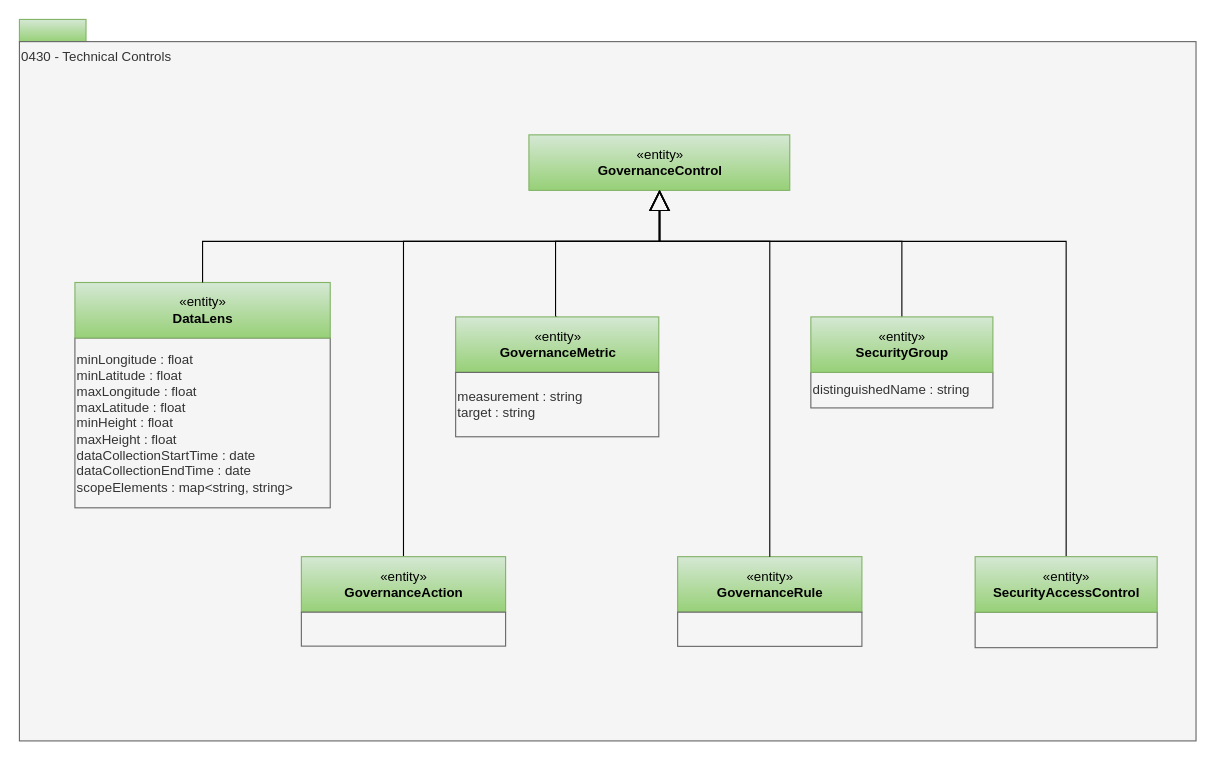
The draw.io diagram page "0430-Technical-Controls" (11 of 30) of site/docs/types/4/area-4-governance.drawio in odpi/egeria-docs, before the edit. Source tidied: cells renumbered, new cells numbered last; positions are measured from the earlier drawing's top-left corner, leaving out a move shared by most shapes. Both pictures are drawn from the tidied source at 111%, with x=0, y=0 at pixel (19, 19).
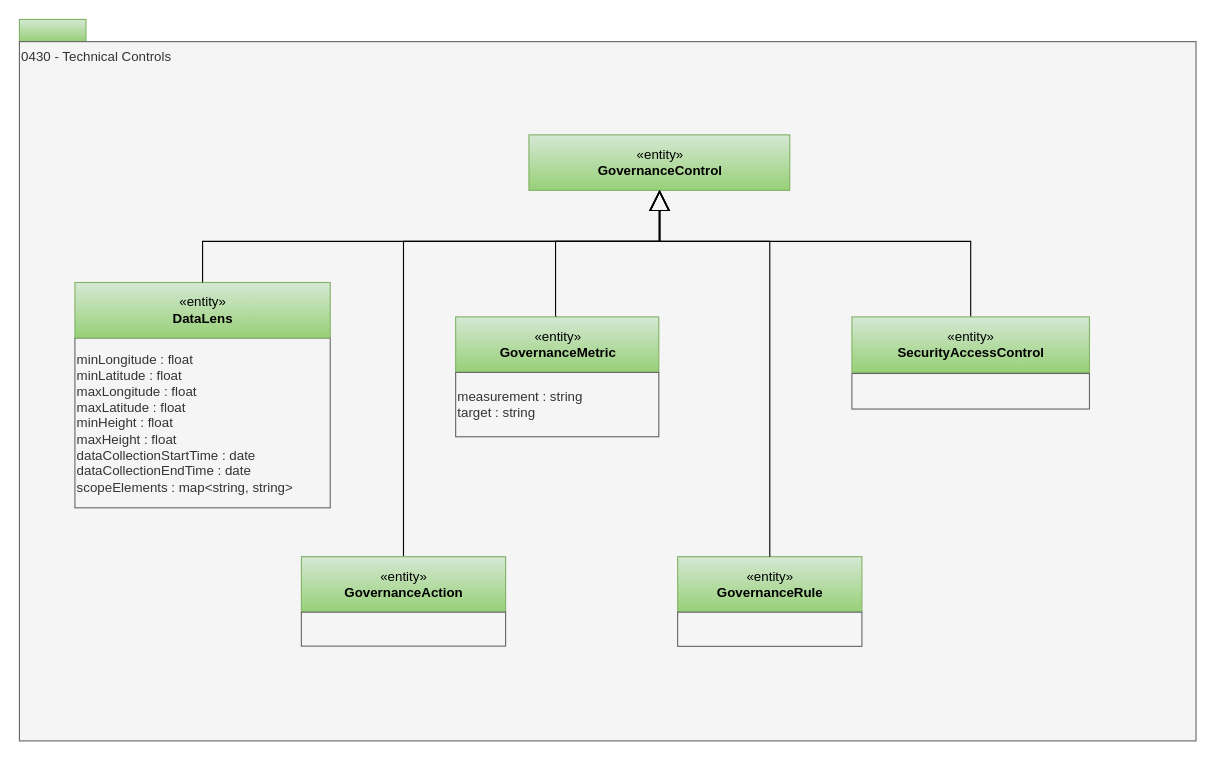
After the change.

Unchanged cells that the change refers to:
```xml
<mxCell id="4" value="«entity»&lt;br&gt;&lt;b&gt;GovernanceControl&lt;/b&gt;" style="html=1;strokeColor=#82b366;align=center;fillColor=#d5e8d4;gradientColor=#97d077;" parent="1" vertex="1">
  <mxGeometry x="459" y="104" width="235" height="50" as="geometry" />
</mxCell>
```

The edit, as a diff of the source:
```diff
@@
     <mxCell id="13" style="edgeStyle=orthogonalEdgeStyle;rounded=0;jettySize=auto;html=1;endArrow=block;endFill=0;endSize=16;exitX=0.5;exitY=0;exitDx=0;exitDy=0;entryX=0.5;entryY=1;entryDx=0;entryDy=0;" parent="1" edge="1" source="17" target="4">
       <mxGeometry relative="1" as="geometry">
         <Array as="points">
-          <mxPoint x="943" y="200" />
+          <mxPoint x="857" y="200" />
           <mxPoint x="577" y="200" />
         </Array>
       </mxGeometry>
     </mxCell>
     <mxCell id="14" style="rounded=0;whiteSpace=wrap;html=1;strokeColor=#666666;align=left;fillColor=#f5f5f5;fontColor=#333333;" parent="1" vertex="1">
-      <mxGeometry x="861" y="534" width="164" height="32" as="geometry" />
+      <mxGeometry x="750" y="319" width="214" height="32" as="geometry" />
     </mxCell>
-    <mxCell id="15" style="edgeStyle=orthogonalEdgeStyle;rounded=0;jettySize=auto;html=1;endArrow=block;endFill=0;endSize=16;entryX=0.5;entryY=1;entryDx=0;entryDy=0;exitX=0.5;exitY=0;exitDx=0;exitDy=0;" parent="1" edge="1" source="18" target="4">
-      <mxGeometry relative="1" as="geometry">
-        <Array as="points">
-          <mxPoint x="795" y="200" />
-          <mxPoint x="577" y="200" />
-        </Array>
-      </mxGeometry>
-    </mxCell>
-    <mxCell id="16" value="distinguishedName : string" style="rounded=0;whiteSpace=wrap;html=1;strokeColor=#666666;align=left;fillColor=#f5f5f5;fontColor=#333333;" parent="1" vertex="1">
-      <mxGeometry x="713" y="318" width="164" height="32" as="geometry" />
-    </mxCell>
     <mxCell id="17" value="«entity»&lt;br&gt;&lt;b&gt;SecurityAccessControl&lt;/b&gt;" style="html=1;strokeColor=#82b366;align=center;fillColor=#d5e8d4;gradientColor=#97d077;" parent="1" vertex="1">
-      <mxGeometry x="861" y="484" width="164" height="50" as="geometry" />
+      <mxGeometry x="750" y="268" width="214" height="50" as="geometry" />
     </mxCell>
-    <mxCell id="18" value="«entity»&lt;br&gt;&lt;b&gt;SecurityGroup&lt;/b&gt;" style="html=1;strokeColor=#82b366;align=center;fillColor=#d5e8d4;gradientColor=#97d077;" parent="1" vertex="1">
-      <mxGeometry x="713" y="268" width="164" height="50" as="geometry" />
-    </mxCell>
```
